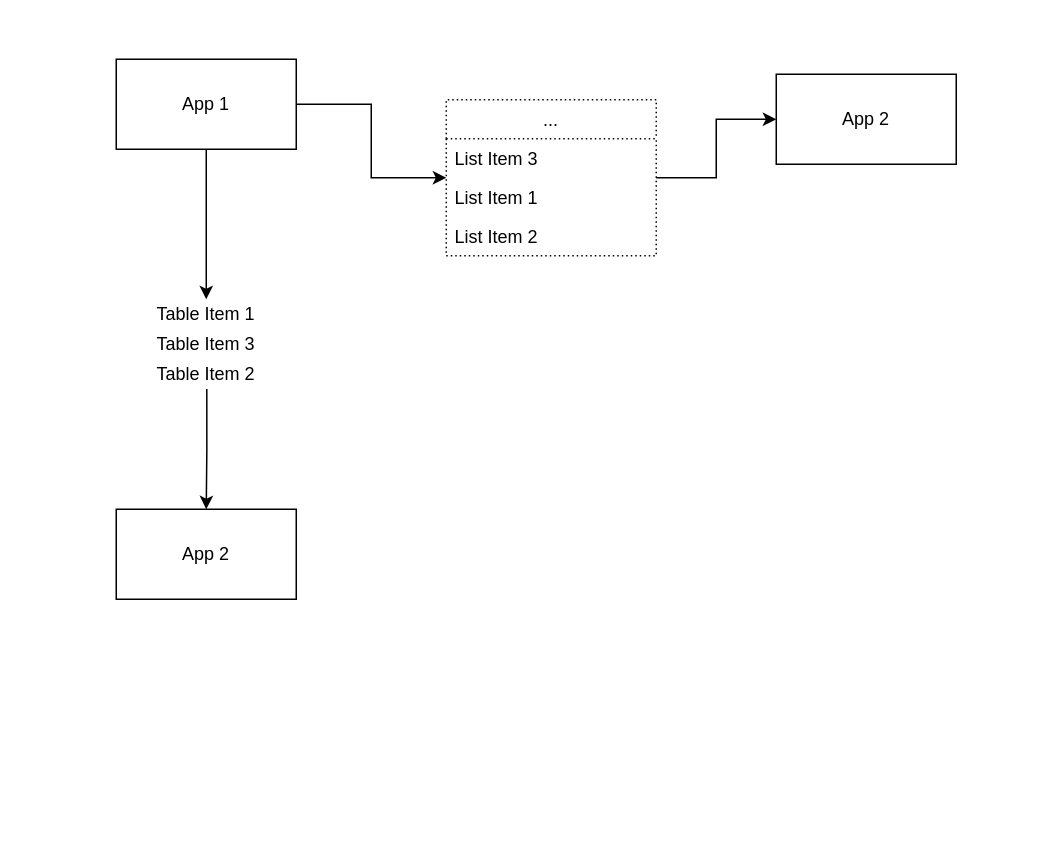
Earlier version of the draw.io diagram Untitled Diagram.drawio (SlavaVedernikov/tshirtmaker). Source tidied: cells renumbered, new cells numbered last; positions are measured from the earlier drawing's top-left corner, leaving out a move shared by most shapes. Both pictures are drawn from the tidied source at 150%, with x=0, y=0 at pixel (116, 58).
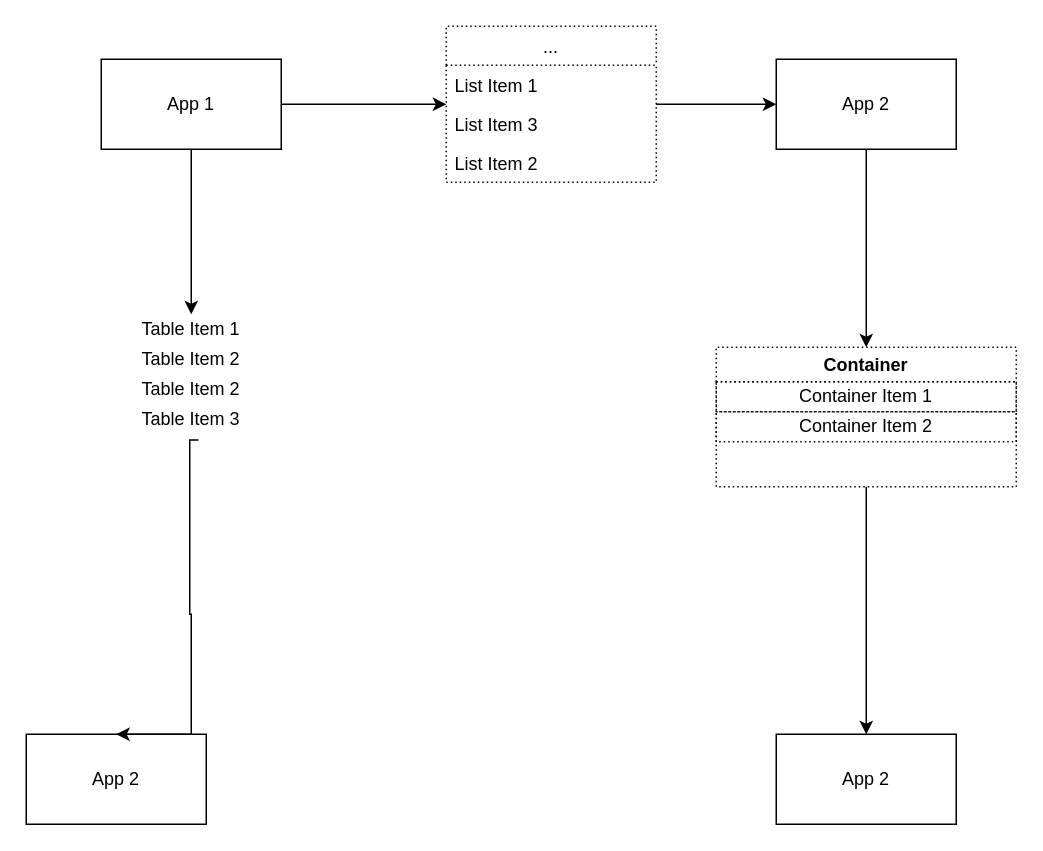
Above is the later version.

Diff of the diagram source:
```diff
@@
     <mxCell id="3" value="App 1" style="rounded=0;whiteSpace=wrap;html=1;" parent="1" vertex="1">
-      <mxGeometry width="120" height="60" as="geometry" />
+      <mxGeometry x="-10" width="120" height="60" as="geometry" />
     </mxCell>
+    <mxCell id="20" style="edgeStyle=orthogonalEdgeStyle;rounded=0;jettySize=auto;html=1;exitX=0.5;exitY=1;exitDx=0;exitDy=0;entryX=0.5;entryY=0;entryDx=0;entryDy=0;" parent="1" edge="1" source="4" target="23">
+      <mxGeometry relative="1" as="geometry" />
+    </mxCell>
     <mxCell id="4" value="App 2" style="rounded=0;whiteSpace=wrap;html=1;" parent="1" vertex="1">
-      <mxGeometry x="440" y="10" width="120" height="60" as="geometry" />
+      <mxGeometry x="440" width="120" height="60" as="geometry" />
     </mxCell>
@@
     <mxCell id="6" value="..." style="swimlane;fontStyle=0;horizontal=1;startSize=26;fillColor=none;dashed=1;dashPattern=1 2;" parent="1" vertex="1">
-      <mxGeometry x="220" y="27" width="140" height="104" as="geometry" />
+      <mxGeometry x="220" y="-22" width="140" height="104" as="geometry" />
     </mxCell>
+    <mxCell id="8" value="List Item 1" style="text;strokeColor=none;fillColor=none;align=left;verticalAlign=top;spacingLeft=4;spacingRight=4;overflow=hidden;" parent="6" vertex="1">
+      <mxGeometry y="26" width="140" height="26" as="geometry" />
+    </mxCell>
     <mxCell id="7" value="List Item 3" style="text;strokeColor=none;fillColor=none;align=left;verticalAlign=top;spacingLeft=4;spacingRight=4;overflow=hidden;" parent="6" vertex="1">
-      <mxGeometry y="26" width="140" height="26" as="geometry" />
+      <mxGeometry y="52" width="140" height="26" as="geometry" />
     </mxCell>
-    <mxCell id="8" value="List Item 1" style="text;strokeColor=none;fillColor=none;align=left;verticalAlign=top;spacingLeft=4;spacingRight=4;overflow=hidden;" parent="6" vertex="1">
-      <mxGeometry y="52" width="140" height="26" as="geometry" />
-    </mxCell>
@@
-    <mxCell id="10" style="shape=table;html=1;whiteSpace=wrap;startSize=0;childLayout=tableLayout;dashed=1;dashPattern=1 2;strokeColor=none;" parent="1" vertex="1">
-      <mxGeometry y="160" width="120" height="60" as="geometry" />
+    <mxCell id="10" style="shape=table;html=1;whiteSpace=wrap;startSize=0;childLayout=tableLayout;dashed=1;dashPattern=1 2;strokeColor=none;fillColor=none;" parent="1" vertex="1">
+      <mxGeometry x="-10" y="170" width="120" height="80" as="geometry" />
     </mxCell>
@@
+    <mxCell id="15" style="shape=partialRectangle;html=1;whiteSpace=wrap;fillColor=none;top=0;left=0;bottom=0;right=0;points=[[0,0.5],[1,0.5]];portConstraint=eastwest;" parent="10" vertex="1">
+      <mxGeometry y="20" width="120" height="20" as="geometry" />
+    </mxCell>
+    <mxCell id="16" value="Table Item 2" style="shape=partialRectangle;html=1;whiteSpace=wrap;overflow=hidden;fillColor=none;top=0;left=0;bottom=0;right=0;" parent="15" vertex="1">
+      <mxGeometry width="120" height="20" as="geometry" />
+    </mxCell>
+    <mxCell id="21" style="shape=partialRectangle;html=1;whiteSpace=wrap;fillColor=none;top=0;left=0;bottom=0;right=0;" parent="10" vertex="1">
+      <mxGeometry y="40" width="120" height="20" as="geometry" />
+    </mxCell>
+    <mxCell id="22" value="Table Item 2" style="shape=partialRectangle;html=1;whiteSpace=wrap;overflow=hidden;fillColor=none;top=0;left=0;bottom=0;right=0;" parent="21" vertex="1">
+      <mxGeometry width="120" height="20" as="geometry" />
+    </mxCell>
     <mxCell id="13" style="shape=partialRectangle;html=1;whiteSpace=wrap;fillColor=none;top=0;left=0;bottom=0;right=0;points=[[0,0.5],[1,0.5]];portConstraint=eastwest;" parent="10" vertex="1">
-      <mxGeometry y="20" width="120" height="20" as="geometry" />
+      <mxGeometry y="60" width="120" height="20" as="geometry" />
     </mxCell>
@@
-    <mxCell id="15" style="shape=partialRectangle;html=1;whiteSpace=wrap;fillColor=none;top=0;left=0;bottom=0;right=0;points=[[0,0.5],[1,0.5]];portConstraint=eastwest;" parent="10" vertex="1">
-      <mxGeometry y="40" width="120" height="20" as="geometry" />
-    </mxCell>
-    <mxCell id="16" value="Table Item 2" style="shape=partialRectangle;html=1;whiteSpace=wrap;overflow=hidden;fillColor=none;top=0;left=0;bottom=0;right=0;" parent="15" vertex="1">
-      <mxGeometry width="120" height="20" as="geometry" />
-    </mxCell>
     <mxCell id="17" value="App 2" style="rounded=0;whiteSpace=wrap;html=1;" parent="1" vertex="1">
-      <mxGeometry y="300" width="120" height="60" as="geometry" />
+      <mxGeometry x="-60" y="450" width="120" height="60" as="geometry" />
     </mxCell>
@@
-    <mxCell id="19" style="edgeStyle=orthogonalEdgeStyle;rounded=0;jettySize=auto;html=1;entryX=0.5;entryY=0;entryDx=0;entryDy=0;exitX=0.503;exitY=0.99;exitDx=0;exitDy=0;exitPerimeter=0;" parent="1" edge="1" source="15" target="17">
-      <mxGeometry relative="1" as="geometry" />
+    <mxCell id="19" style="edgeStyle=orthogonalEdgeStyle;rounded=0;jettySize=auto;html=1;entryX=0.5;entryY=0;entryDx=0;entryDy=0;exitX=0.54;exitY=1.19;exitDx=0;exitDy=0;exitPerimeter=0;" parent="1" edge="1" source="13" target="17">
+      <mxGeometry relative="1" as="geometry">
+        <Array as="points">
+          <mxPoint x="49" y="254" />
+          <mxPoint x="49" y="370" />
+          <mxPoint x="50" y="370" />
+        </Array>
+      </mxGeometry>
     </mxCell>
+    <mxCell id="23" value="Container" style="swimlane;dashed=1;dashPattern=1 2;fillColor=none;" parent="1" vertex="1">
+      <mxGeometry x="400" y="192" width="200" height="93" as="geometry" />
+    </mxCell>
+    <mxCell id="24" value="Container Item 2" style="whiteSpace=wrap;html=1;dashed=1;dashPattern=1 2;fillColor=none;" parent="23" vertex="1">
+      <mxGeometry y="43" width="200" height="20" as="geometry" />
+    </mxCell>
+    <mxCell id="25" value="Container Item 1" style="whiteSpace=wrap;html=1;dashed=1;dashPattern=1 2;fillColor=none;" parent="23" vertex="1">
+      <mxGeometry y="23" width="200" height="20" as="geometry" />
+    </mxCell>
+    <mxCell id="26" value="App 2" style="rounded=0;whiteSpace=wrap;html=1;" parent="1" vertex="1">
+      <mxGeometry x="440" y="450" width="120" height="60" as="geometry" />
+    </mxCell>
+    <mxCell id="27" style="edgeStyle=orthogonalEdgeStyle;rounded=0;jettySize=auto;html=1;exitX=0.5;exitY=1;exitDx=0;exitDy=0;entryX=0.5;entryY=0;entryDx=0;entryDy=0;" parent="1" edge="1" source="23" target="26">
+      <mxGeometry relative="1" as="geometry" />
+    </mxCell>
```
